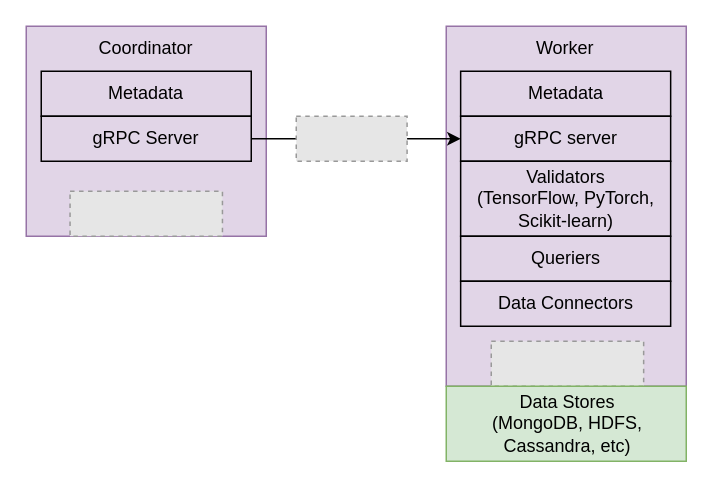
Project-Sustain/validation-service keeps this draw.io diagram as Master.drawio. Above is the earlier version. Source tidied: cells renumbered, new cells numbered last; positions are measured from the earlier drawing's top-left corner, leaving out a move shared by most shapes. Both pictures are drawn from the tidied source at 150%, with x=0, y=0 at pixel (26, 26). Pictures stored in the file or linked from it are replaced by grey dashed boxes.
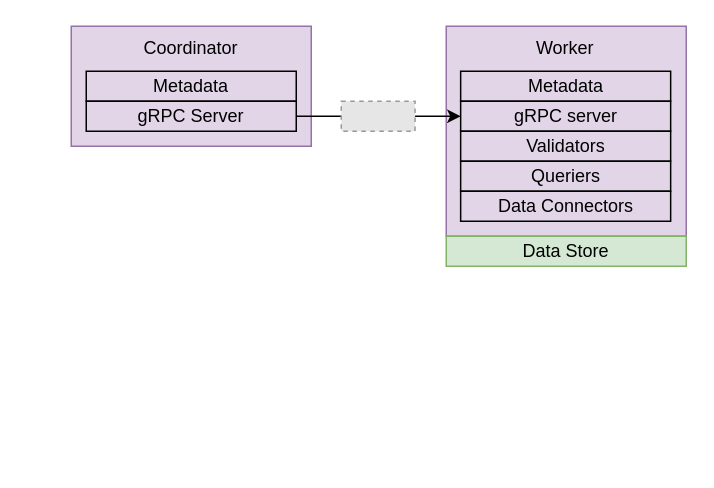
After the change.

Change to the diagram source:
```diff
@@
 <mxGraphModel>
   <root>
     <mxCell id="0" />
     <mxCell id="1" parent="0" />
     <mxCell id="2" style="rounded=0;whiteSpace=wrap;html=1;fillColor=#e1d5e7;strokeColor=#9673a6;" parent="1" vertex="1">
-      <mxGeometry width="160" height="140" as="geometry" />
+      <mxGeometry x="30" width="160" height="80" as="geometry" />
     </mxCell>
-    <mxCell id="3" style="fillColor=#E6E6E6;strokeColor=#999999;dashed=1;" parent="1" vertex="1">
-      <mxGeometry x="29.2" y="110" width="101.6" height="30" as="geometry" />
-    </mxCell>
     <mxCell id="4" value="Coordinator" style="text;html=1;strokeColor=none;fillColor=none;align=center;verticalAlign=middle;whiteSpace=wrap;rounded=0;" parent="1" vertex="1">
-      <mxGeometry width="160" height="30" as="geometry" />
+      <mxGeometry x="30" width="160" height="30" as="geometry" />
     </mxCell>
     <mxCell id="5" value="Metadata" style="rounded=0;whiteSpace=wrap;html=1;fillColor=none;" parent="1" vertex="1">
-      <mxGeometry x="10" y="30" width="140" height="30" as="geometry" />
+      <mxGeometry x="40" y="30" width="140" height="20" as="geometry" />
     </mxCell>
-    <mxCell id="6" style="edgeStyle=orthogonalEdgeStyle;curved=1;rounded=0;jettySize=auto;html=1;exitX=1;exitY=0.5;exitDx=0;exitDy=0;entryX=0;entryY=0.5;entryDx=0;entryDy=0;endArrow=none;endFill=0;" parent="1" edge="1" source="7" target="18">
+    <mxCell id="6" style="edgeStyle=orthogonalEdgeStyle;rounded=0;jettySize=auto;html=1;exitX=1;exitY=0.5;exitDx=0;exitDy=0;entryX=0;entryY=0.5;entryDx=0;entryDy=0;endArrow=none;endFill=0;" parent="1" edge="1" source="7" target="18">
       <mxGeometry relative="1" as="geometry" />
     </mxCell>
     <mxCell id="7" value="gRPC Server" style="rounded=0;whiteSpace=wrap;html=1;fillColor=none;" parent="1" vertex="1">
-      <mxGeometry x="10" y="60" width="140" height="30" as="geometry" />
+      <mxGeometry x="40" y="50" width="140" height="20" as="geometry" />
     </mxCell>
     <mxCell id="8" style="rounded=0;whiteSpace=wrap;html=1;fillColor=#e1d5e7;strokeColor=#9673a6;" parent="1" vertex="1">
-      <mxGeometry x="280" width="160" height="240" as="geometry" />
+      <mxGeometry x="280" width="160" height="140" as="geometry" />
     </mxCell>
     <mxCell id="9" value="Worker" style="text;html=1;strokeColor=none;fillColor=none;align=center;verticalAlign=middle;whiteSpace=wrap;rounded=0;" parent="1" vertex="1">
       <mxGeometry x="290.4" width="139.2" height="30" as="geometry" />
     </mxCell>
-    <mxCell id="10" style="fillColor=#E6E6E6;strokeColor=#999999;dashed=1;" parent="1" vertex="1">
-      <mxGeometry x="310" y="210" width="101.6" height="30" as="geometry" />
-    </mxCell>
     <mxCell id="11" value="Metadata" style="rounded=0;whiteSpace=wrap;html=1;fillColor=none;" parent="1" vertex="1">
-      <mxGeometry x="289.6" y="30" width="140" height="30" as="geometry" />
+      <mxGeometry x="289.6" y="30" width="140" height="20" as="geometry" />
     </mxCell>
     <mxCell id="12" value="gRPC server" style="rounded=0;whiteSpace=wrap;html=1;fillColor=none;" parent="1" vertex="1">
-      <mxGeometry x="289.6" y="60" width="140" height="30" as="geometry" />
+      <mxGeometry x="289.6" y="50" width="140" height="20" as="geometry" />
     </mxCell>
     <mxCell id="13" value="Data Connectors" style="rounded=0;whiteSpace=wrap;html=1;fillColor=none;" parent="1" vertex="1">
-      <mxGeometry x="289.6" y="170" width="140" height="30" as="geometry" />
+      <mxGeometry x="289.6" y="110" width="140" height="20" as="geometry" />
     </mxCell>
-    <mxCell id="14" style="rounded=0;whiteSpace=wrap;html=1;fillColor=#d5e8d4;strokeColor=#82b366;" parent="1" vertex="1">
-      <mxGeometry x="280" y="240" width="160" height="50" as="geometry" />
+    <mxCell id="14" value="Data Store" style="rounded=0;whiteSpace=wrap;html=1;fillColor=#d5e8d4;strokeColor=#82b366;" parent="1" vertex="1">
+      <mxGeometry x="280" y="140" width="160" height="20" as="geometry" />
     </mxCell>
     <mxCell id="15" value="Queriers" style="rounded=0;whiteSpace=wrap;html=1;fillColor=none;" parent="1" vertex="1">
-      <mxGeometry x="289.6" y="140" width="140" height="30" as="geometry" />
+      <mxGeometry x="289.6" y="90" width="140" height="20" as="geometry" />
     </mxCell>
-    <mxCell id="16" value="Data Stores&lt;br&gt;(MongoDB, HDFS,&lt;br&gt;Cassandra, etc)" style="text;html=1;strokeColor=none;fillColor=none;align=center;verticalAlign=middle;whiteSpace=wrap;rounded=0;" parent="1" vertex="1">
-      <mxGeometry x="280.8" y="245" width="160" height="40" as="geometry" />
-    </mxCell>
-    <mxCell id="17" value="Validators&lt;br&gt;(TensorFlow, PyTorch,&lt;br&gt;Scikit-learn)" style="rounded=0;whiteSpace=wrap;html=1;fillColor=none;" parent="1" vertex="1">
-      <mxGeometry x="289.6" y="90" width="140" height="50" as="geometry" />
+    <mxCell id="17" value="Validators" style="rounded=0;whiteSpace=wrap;html=1;fillColor=none;" parent="1" vertex="1">
+      <mxGeometry x="289.6" y="70" width="140" height="20" as="geometry" />
     </mxCell>
+    <mxCell id="19" style="edgeStyle=orthogonalEdgeStyle;rounded=0;jettySize=auto;html=1;exitX=1;exitY=0.5;exitDx=0;exitDy=0;entryX=0;entryY=0.5;entryDx=0;entryDy=0;" parent="1" edge="1" source="18" target="12">
+      <mxGeometry relative="1" as="geometry" />
+    </mxCell>
     <mxCell id="18" style="fillColor=#E6E6E6;strokeColor=#999999;dashed=1;" parent="1" vertex="1">
-      <mxGeometry x="180" y="60" width="73.9" height="30" as="geometry" />
+      <mxGeometry x="210" y="50" width="49.2" height="20" as="geometry" />
     </mxCell>
-    <mxCell id="19" style="edgeStyle=orthogonalEdgeStyle;curved=1;rounded=0;jettySize=auto;html=1;exitX=1;exitY=0.5;exitDx=0;exitDy=0;entryX=0;entryY=0.5;entryDx=0;entryDy=0;endArrow=classic;endFill=1;" parent="1" edge="1" source="18" target="12">
-      <mxGeometry relative="1" as="geometry" />
-    </mxCell>
   </root>
 </mxGraphModel>
```
